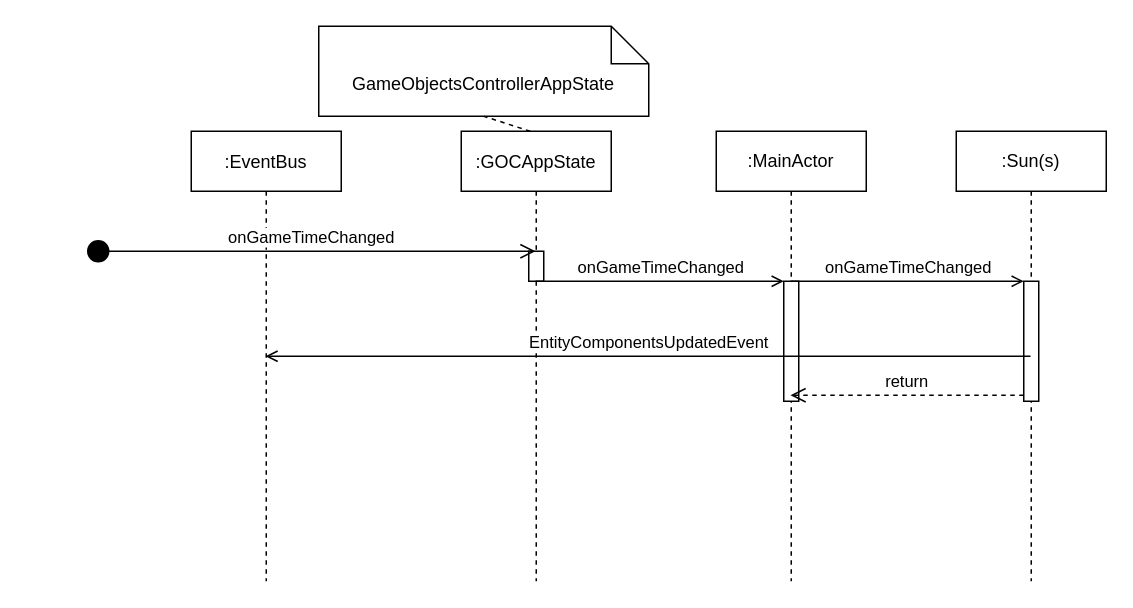
devent/dwarf-hustle-design keeps this draw.io diagram as uml/GameTimeChanged-Sequence.drawio. Above is the earlier version. Source tidied: cells renumbered, new cells numbered last; positions are measured from the earlier drawing's top-left corner, leaving out a move shared by most shapes. Both pictures are drawn from the tidied source at 150%, with x=0, y=0 at pixel (86, 26).
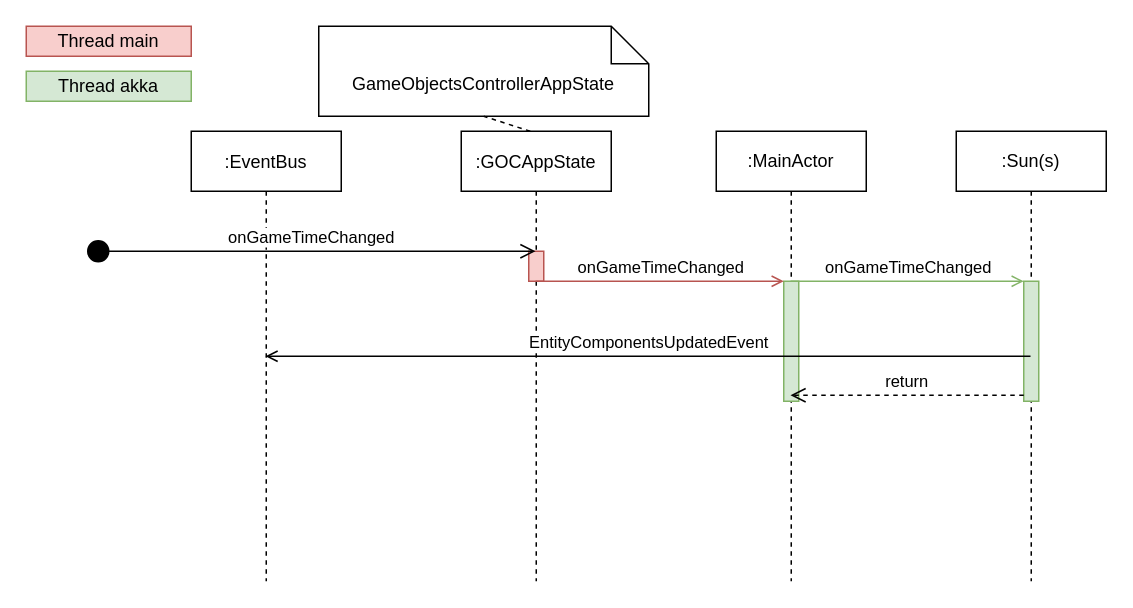
After the change.

Change to the diagram source:
```diff
@@
 <mxGraphModel>
   <root>
     <mxCell id="0" />
     <mxCell id="1" parent="0" />
     <mxCell id="2" value=":EventBus" style="shape=umlLifeline;perimeter=lifelinePerimeter;rounded=0;shadow=0;strokeWidth=1;" parent="1" vertex="1">
       <mxGeometry x="70" y="70" width="100" height="300" as="geometry" />
     </mxCell>
     <mxCell id="3" value=":GOCAppState" style="shape=umlLifeline;perimeter=lifelinePerimeter;rounded=0;shadow=0;strokeWidth=1;" parent="1" vertex="1">
       <mxGeometry x="250" y="70" width="100" height="300" as="geometry" />
     </mxCell>
-    <mxCell id="4" style="html=1;perimeter=orthogonalPerimeter;" parent="3" vertex="1">
+    <mxCell id="4" style="html=1;perimeter=orthogonalPerimeter;fillColor=#f8cecc;strokeColor=#b85450;" parent="3" vertex="1">
       <mxGeometry x="45" y="80" width="10" height="20" as="geometry" />
     </mxCell>
     <mxCell id="5" value="GameObjectsControllerAppState" style="shape=note2;boundedLbl=1;whiteSpace=wrap;html=1;size=25;verticalAlign=top;align=center;" parent="1" vertex="1">
       <mxGeometry x="155" width="220" height="60" as="geometry" />
     </mxCell>
     <mxCell id="6" style="endArrow=none;dashed=1;html=1;entryX=0.5;entryY=1;entryDx=0;entryDy=0;entryPerimeter=0;exitX=0.46;exitY=0;exitDx=0;exitDy=0;exitPerimeter=0;" parent="1" edge="1" source="3" target="5">
       <mxGeometry relative="1" as="geometry" />
     </mxCell>
     <mxCell id="7" value="onGameTimeChanged" style="html=1;verticalAlign=bottom;startArrow=circle;startFill=1;endArrow=open;startSize=6;endSize=8;" parent="1" edge="1" target="3">
       <mxGeometry relative="1" as="geometry">
         <mxPoint y="150" as="sourcePoint" />
       </mxGeometry>
     </mxCell>
     <mxCell id="8" value=":MainActor" style="shape=umlLifeline;perimeter=lifelinePerimeter;whiteSpace=wrap;html=1;outlineConnect=0;" parent="1" vertex="1">
       <mxGeometry x="420" y="70" width="100" height="300" as="geometry" />
     </mxCell>
-    <mxCell id="9" style="html=1;points=[];perimeter=orthogonalPerimeter;" parent="8" vertex="1">
+    <mxCell id="9" style="html=1;points=[];perimeter=orthogonalPerimeter;fillColor=#d5e8d4;strokeColor=#82b366;" parent="8" vertex="1">
       <mxGeometry x="45" y="100" width="10" height="80" as="geometry" />
     </mxCell>
-    <mxCell id="10" value="onGameTimeChanged" style="html=1;verticalAlign=bottom;endArrow=open;entryX=0;entryY=0;endFill=0;" parent="1" edge="1" source="3" target="9">
+    <mxCell id="10" value="onGameTimeChanged" style="html=1;verticalAlign=bottom;endArrow=open;entryX=0;entryY=0;endFill=0;fillColor=#f8cecc;strokeColor=#b85450;" parent="1" edge="1" source="3" target="9">
       <mxGeometry relative="1" as="geometry" />
     </mxCell>
     <mxCell id="11" value=":Sun(s)" style="shape=umlLifeline;perimeter=lifelinePerimeter;whiteSpace=wrap;html=1;outlineConnect=0;rounded=0;glass=0;sketch=0;shadow=0;perimeterSpacing=0;" parent="1" vertex="1">
       <mxGeometry x="580" y="70" width="100" height="300" as="geometry" />
     </mxCell>
-    <mxCell id="12" style="html=1;points=[];perimeter=orthogonalPerimeter;" parent="11" vertex="1">
+    <mxCell id="12" style="html=1;points=[];perimeter=orthogonalPerimeter;fillColor=#d5e8d4;strokeColor=#82b366;" parent="11" vertex="1">
       <mxGeometry x="45" y="100" width="10" height="80" as="geometry" />
     </mxCell>
-    <mxCell id="13" value="onGameTimeChanged" style="html=1;verticalAlign=bottom;endArrow=open;entryX=0;entryY=0;endFill=0;" parent="1" edge="1" source="8" target="12">
+    <mxCell id="13" value="onGameTimeChanged" style="html=1;verticalAlign=bottom;endArrow=open;entryX=0;entryY=0;endFill=0;fillColor=#d5e8d4;strokeColor=#82b366;" parent="1" edge="1" source="8" target="12">
       <mxGeometry relative="1" as="geometry" />
     </mxCell>
     <mxCell id="14" value="return" style="html=1;verticalAlign=bottom;endArrow=open;dashed=1;endSize=8;exitX=0;exitY=0.95;" parent="1" edge="1" source="12" target="8">
       <mxGeometry relative="1" as="geometry" />
     </mxCell>
     <mxCell id="15" value="EntityComponentsUpdatedEvent" style="html=1;verticalAlign=bottom;endArrow=open;endFill=0;" parent="1" edge="1" source="11" target="2">
       <mxGeometry relative="1" as="geometry" />
     </mxCell>
+    <mxCell id="16" value="Thread main" style="rounded=0;whiteSpace=wrap;html=1;fillColor=#f8cecc;strokeColor=#b85450;" parent="1" vertex="1">
+      <mxGeometry x="-40" width="110" height="20" as="geometry" />
+    </mxCell>
+    <mxCell id="17" value="Thread akka" style="rounded=0;whiteSpace=wrap;html=1;fillColor=#d5e8d4;strokeColor=#82b366;" parent="1" vertex="1">
+      <mxGeometry x="-40" y="30" width="110" height="20" as="geometry" />
+    </mxCell>
   </root>
 </mxGraphModel>
```
